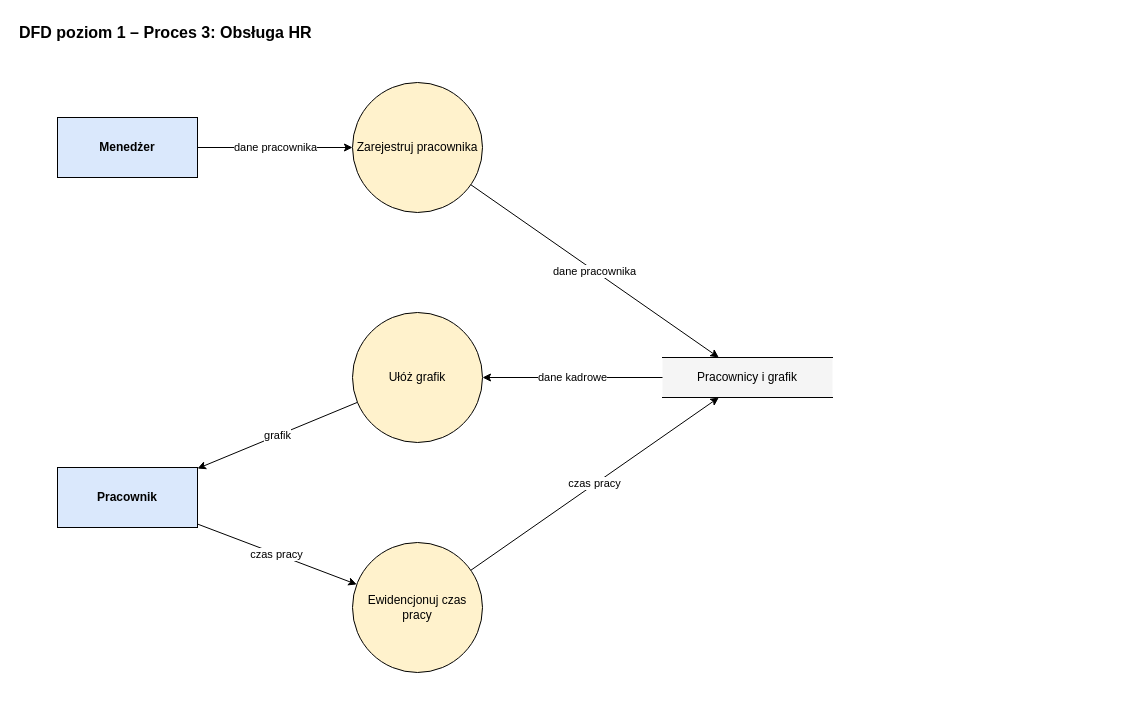
Above: diagramy/02_przeplyw_danych/dfd_3_hr.drawio in olimo54323/OiZPI-laboratorium (draw.io), before the change. Source tidied: cells renumbered, new cells numbered last; positions are measured from the earlier drawing's top-left corner, leaving out a move shared by most shapes. Both pictures are drawn from the tidied source at 100%, with x=0, y=0 at pixel (17, 17).
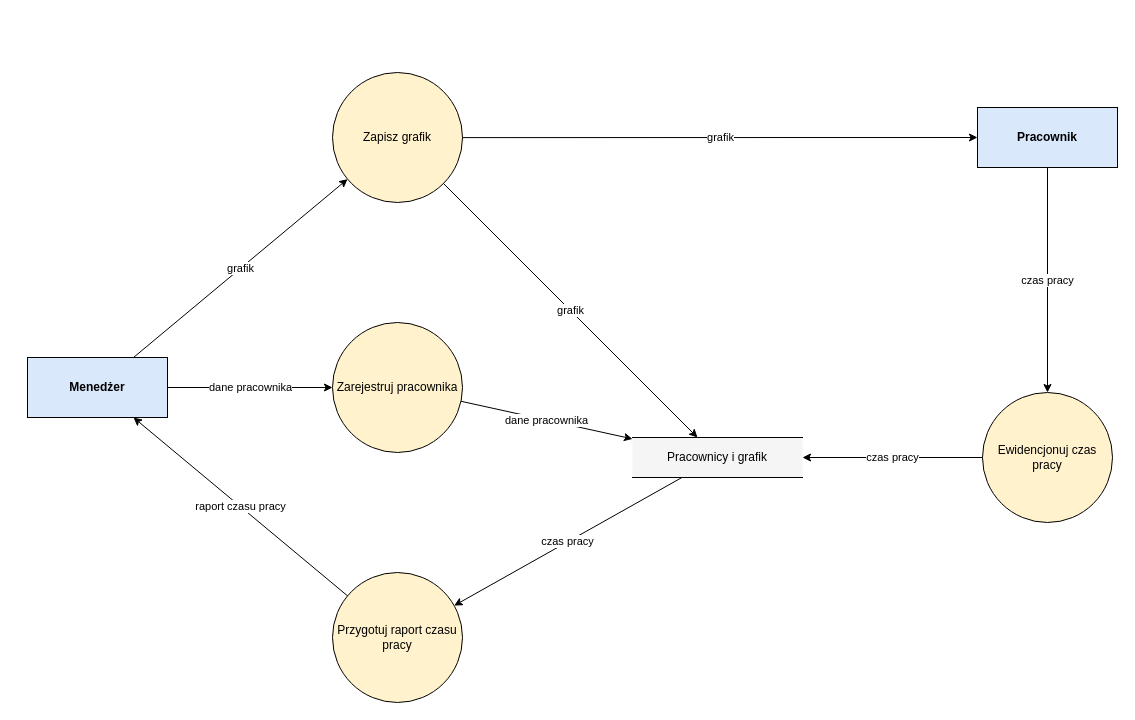
Above is the later version.

Diff of the diagram source:
```diff
@@
 <mxGraphModel>
   <root>
     <mxCell id="0" />
     <mxCell id="1" parent="0" />
-    <mxCell id="2" value="DFD poziom 1 – Proces 3: Obsługa HR" style="text;html=1;align=left;verticalAlign=middle;fontSize=16;fontStyle=1;" parent="1" vertex="1">
-      <mxGeometry width="500" height="30" as="geometry" />
-    </mxCell>
     <mxCell id="3" value="Menedżer" style="rounded=0;whiteSpace=wrap;html=1;fillColor=#dae8fc;strokeColor=#000000;fontStyle=1;fontSize=12;" parent="1" vertex="1">
-      <mxGeometry x="40" y="100" width="140" height="60" as="geometry" />
+      <mxGeometry x="10" y="340" width="140" height="60" as="geometry" />
     </mxCell>
     <mxCell id="4" value="Pracownik" style="rounded=0;whiteSpace=wrap;html=1;fillColor=#dae8fc;strokeColor=#000000;fontStyle=1;fontSize=12;" parent="1" vertex="1">
-      <mxGeometry x="40" y="450" width="140" height="60" as="geometry" />
+      <mxGeometry x="960" y="90" width="140" height="60" as="geometry" />
     </mxCell>
+    <mxCell id="15" value="Zapisz grafik" style="ellipse;whiteSpace=wrap;html=1;fillColor=#fff2cc;strokeColor=#000000;fontSize=12;" parent="1" vertex="1">
+      <mxGeometry x="315" y="55" width="130" height="130" as="geometry" />
+    </mxCell>
     <mxCell id="5" value="Zarejestruj pracownika" style="ellipse;whiteSpace=wrap;html=1;fillColor=#fff2cc;strokeColor=#000000;fontSize=12;" parent="1" vertex="1">
-      <mxGeometry x="335" y="65" width="130" height="130" as="geometry" />
+      <mxGeometry x="315" y="305" width="130" height="130" as="geometry" />
     </mxCell>
-    <mxCell id="6" value="Ułóż grafik" style="ellipse;whiteSpace=wrap;html=1;fillColor=#fff2cc;strokeColor=#000000;fontSize=12;" parent="1" vertex="1">
-      <mxGeometry x="335" y="295" width="130" height="130" as="geometry" />
-    </mxCell>
+    <mxCell id="16" value="Przygotuj raport czasu pracy" style="ellipse;whiteSpace=wrap;html=1;fillColor=#fff2cc;strokeColor=#000000;fontSize=12;" parent="1" vertex="1">
+      <mxGeometry x="315" y="555" width="130" height="130" as="geometry" />
+    </mxCell>
     <mxCell id="7" value="Ewidencjonuj czas pracy" style="ellipse;whiteSpace=wrap;html=1;fillColor=#fff2cc;strokeColor=#000000;fontSize=12;" parent="1" vertex="1">
-      <mxGeometry x="335" y="525" width="130" height="130" as="geometry" />
+      <mxGeometry x="965" y="375" width="130" height="130" as="geometry" />
     </mxCell>
     <mxCell id="8" value="Pracownicy i grafik" style="shape=partialRectangle;whiteSpace=wrap;html=1;left=0;right=0;fillColor=#f5f5f5;strokeColor=#000000;fontSize=12;" parent="1" vertex="1">
-      <mxGeometry x="645" y="340" width="170" height="40" as="geometry" />
+      <mxGeometry x="615" y="420" width="170" height="40" as="geometry" />
     </mxCell>
-    <mxCell id="9" value="dane pracownika" style="endArrow=classic;endFill=1;html=1;rounded=0;labelBackgroundColor=#ffffff;fontSize=11;strokeColor=#000000;" parent="1" edge="1" source="3" target="5">
+    <mxCell id="9" value="grafik" style="endArrow=classic;endFill=1;html=1;rounded=0;labelBackgroundColor=#ffffff;fontSize=11;strokeColor=#000000;" parent="1" edge="1" source="3" target="15">
       <mxGeometry relative="1" as="geometry" />
     </mxCell>
-    <mxCell id="10" value="dane pracownika" style="endArrow=classic;endFill=1;html=1;rounded=0;labelBackgroundColor=#ffffff;fontSize=11;strokeColor=#000000;" parent="1" edge="1" source="5" target="8">
+    <mxCell id="10" value="dane pracownika" style="endArrow=classic;endFill=1;html=1;rounded=0;labelBackgroundColor=#ffffff;fontSize=11;strokeColor=#000000;" parent="1" edge="1" source="3" target="5">
       <mxGeometry relative="1" as="geometry" />
     </mxCell>
-    <mxCell id="11" value="dane kadrowe" style="endArrow=classic;endFill=1;html=1;rounded=0;labelBackgroundColor=#ffffff;fontSize=11;strokeColor=#000000;" parent="1" edge="1" source="8" target="6">
+    <mxCell id="11" value="raport czasu pracy" style="endArrow=classic;endFill=1;html=1;rounded=0;labelBackgroundColor=#ffffff;fontSize=11;strokeColor=#000000;" parent="1" edge="1" source="16" target="3">
       <mxGeometry relative="1" as="geometry" />
     </mxCell>
-    <mxCell id="12" value="grafik" style="endArrow=classic;endFill=1;html=1;rounded=0;labelBackgroundColor=#ffffff;fontSize=11;strokeColor=#000000;" parent="1" edge="1" source="6" target="4">
+    <mxCell id="12" value="grafik" style="endArrow=classic;endFill=1;html=1;rounded=0;labelBackgroundColor=#ffffff;fontSize=11;strokeColor=#000000;" parent="1" edge="1" source="15" target="4">
       <mxGeometry relative="1" as="geometry" />
     </mxCell>
-    <mxCell id="13" value="czas pracy" style="endArrow=classic;endFill=1;html=1;rounded=0;labelBackgroundColor=#ffffff;fontSize=11;strokeColor=#000000;" parent="1" edge="1" source="4" target="7">
+    <mxCell id="13" value="grafik" style="endArrow=classic;endFill=1;html=1;rounded=0;labelBackgroundColor=#ffffff;fontSize=11;strokeColor=#000000;" parent="1" edge="1" source="15" target="8">
       <mxGeometry relative="1" as="geometry" />
     </mxCell>
-    <mxCell id="14" value="czas pracy" style="endArrow=classic;endFill=1;html=1;rounded=0;labelBackgroundColor=#ffffff;fontSize=11;strokeColor=#000000;" parent="1" edge="1" source="7" target="8">
+    <mxCell id="14" value="dane pracownika" style="endArrow=classic;endFill=1;html=1;rounded=0;labelBackgroundColor=#ffffff;fontSize=11;strokeColor=#000000;" parent="1" edge="1" source="5" target="8">
       <mxGeometry relative="1" as="geometry" />
     </mxCell>
+    <mxCell id="17" value="czas pracy" style="endArrow=classic;endFill=1;html=1;rounded=0;labelBackgroundColor=#ffffff;fontSize=11;strokeColor=#000000;" parent="1" edge="1" source="8" target="16">
+      <mxGeometry relative="1" as="geometry" />
+    </mxCell>
+    <mxCell id="18" value="czas pracy" style="endArrow=classic;endFill=1;html=1;rounded=0;labelBackgroundColor=#ffffff;fontSize=11;strokeColor=#000000;" parent="1" edge="1" source="4" target="7">
+      <mxGeometry relative="1" as="geometry" />
+    </mxCell>
+    <mxCell id="19" value="czas pracy" style="endArrow=classic;endFill=1;html=1;rounded=0;labelBackgroundColor=#ffffff;fontSize=11;strokeColor=#000000;" parent="1" edge="1" source="7" target="8">
+      <mxGeometry relative="1" as="geometry" />
+    </mxCell>
   </root>
 </mxGraphModel>
```
